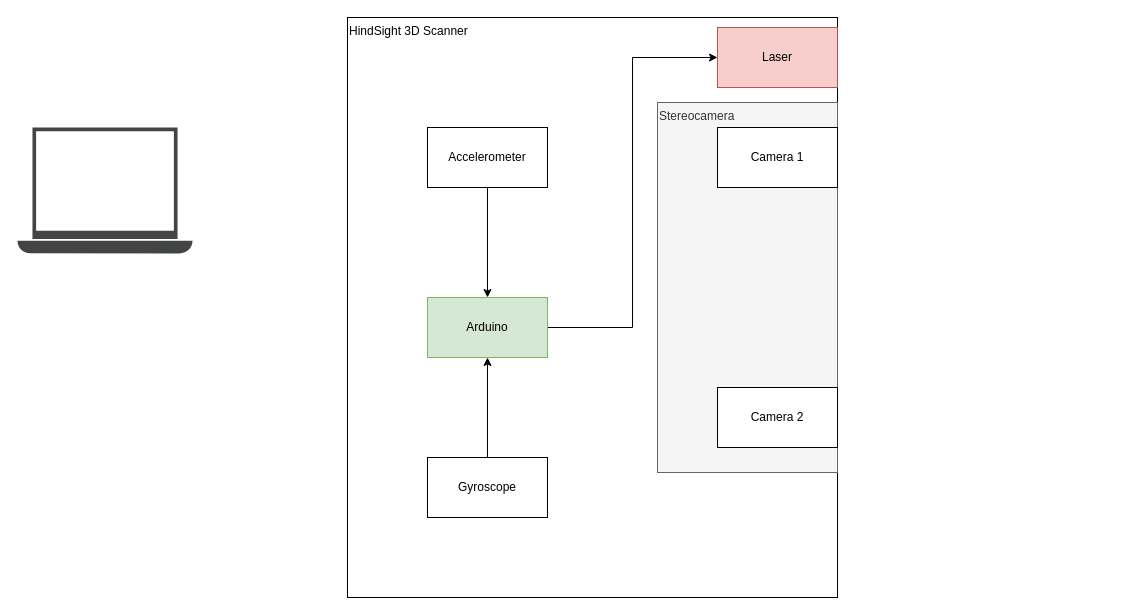
The draw.io diagram HindSight_Architecture.drawio in raycemartin/HindSight, before the edit. Source tidied: cells renumbered, new cells numbered last; positions are measured from the earlier drawing's top-left corner, leaving out a move shared by most shapes. Both pictures are drawn from the tidied source at 100%, with x=0, y=0 at pixel (17, 17).
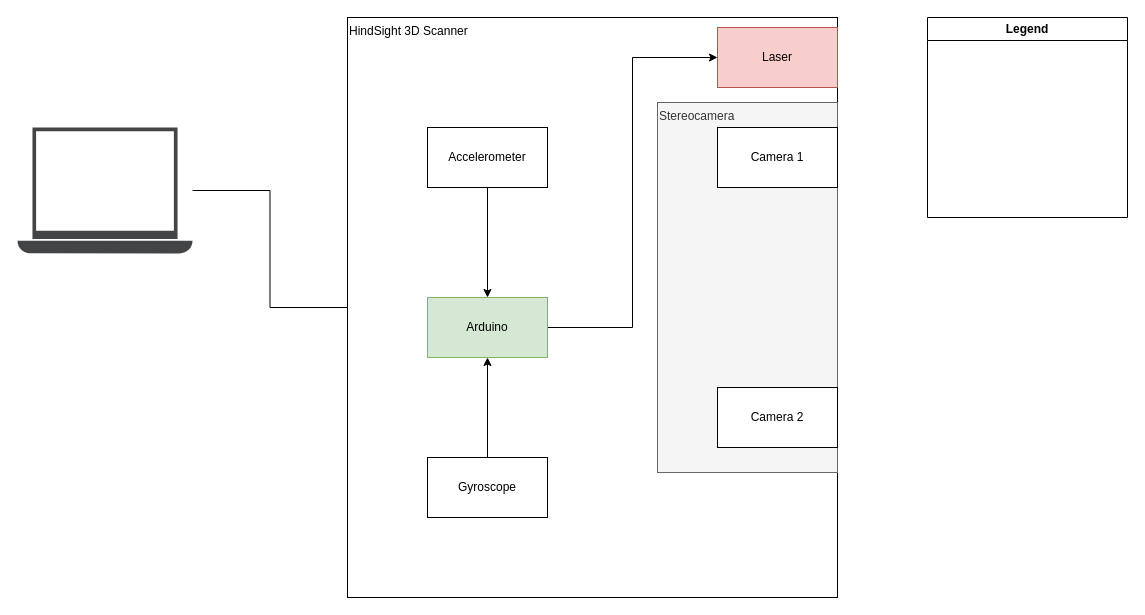
After the change.

What changed in the source:
```diff
@@
 <mxGraphModel>
   <root>
     <mxCell id="0" />
     <mxCell id="1" parent="0" />
+    <mxCell id="14" style="edgeStyle=orthogonalEdgeStyle;rounded=0;jettySize=auto;html=1;exitX=0;exitY=0.5;exitDx=0;exitDy=0;endArrow=none;startFill=0;" parent="1" edge="1" source="2" target="13">
+      <mxGeometry relative="1" as="geometry" />
+    </mxCell>
     <mxCell id="2" value="HindSight 3D Scanner" style="rounded=0;whiteSpace=wrap;html=1;align=left;verticalAlign=top;" parent="1" vertex="1">
       <mxGeometry x="330" width="490" height="580" as="geometry" />
     </mxCell>
     <mxCell id="3" value="Laser" style="rounded=0;whiteSpace=wrap;html=1;fillColor=#f8cecc;strokeColor=#b85450;" parent="1" vertex="1">
       <mxGeometry x="700" y="10" width="120" height="60" as="geometry" />
     </mxCell>
     <mxCell id="4" value="Stereocamera" style="rounded=0;whiteSpace=wrap;html=1;align=left;verticalAlign=top;fillColor=#f5f5f5;fontColor=#333333;strokeColor=#666666;" parent="1" vertex="1">
       <mxGeometry x="640" y="85" width="180" height="370" as="geometry" />
     </mxCell>
     <mxCell id="5" value="Camera 1" style="rounded=0;whiteSpace=wrap;html=1;" parent="1" vertex="1">
       <mxGeometry x="700" y="110" width="120" height="60" as="geometry" />
     </mxCell>
     <mxCell id="6" value="Camera 2" style="rounded=0;whiteSpace=wrap;html=1;" parent="1" vertex="1">
       <mxGeometry x="700" y="370" width="120" height="60" as="geometry" />
     </mxCell>
     <mxCell id="7" style="edgeStyle=orthogonalEdgeStyle;rounded=0;jettySize=auto;html=1;exitX=1;exitY=0.5;exitDx=0;exitDy=0;entryX=0;entryY=0.5;entryDx=0;entryDy=0;" parent="1" edge="1" source="8" target="3">
       <mxGeometry relative="1" as="geometry" />
     </mxCell>
     <mxCell id="8" value="Arduino" style="rounded=0;whiteSpace=wrap;html=1;fillColor=#d5e8d4;strokeColor=#82b366;" parent="1" vertex="1">
       <mxGeometry x="410" y="280" width="120" height="60" as="geometry" />
     </mxCell>
     <mxCell id="9" style="edgeStyle=orthogonalEdgeStyle;rounded=0;jettySize=auto;html=1;exitX=0.5;exitY=1;exitDx=0;exitDy=0;entryX=0.5;entryY=0;entryDx=0;entryDy=0;" parent="1" edge="1" source="10" target="8">
       <mxGeometry relative="1" as="geometry" />
     </mxCell>
     <mxCell id="10" value="Accelerometer" style="rounded=0;whiteSpace=wrap;html=1;" parent="1" vertex="1">
       <mxGeometry x="410" y="110" width="120" height="60" as="geometry" />
     </mxCell>
     <mxCell id="11" style="edgeStyle=orthogonalEdgeStyle;rounded=0;jettySize=auto;html=1;exitX=0.5;exitY=0;exitDx=0;exitDy=0;entryX=0.5;entryY=1;entryDx=0;entryDy=0;" parent="1" edge="1" source="12" target="8">
       <mxGeometry relative="1" as="geometry" />
     </mxCell>
     <mxCell id="12" value="Gyroscope" style="rounded=0;whiteSpace=wrap;html=1;" parent="1" vertex="1">
       <mxGeometry x="410" y="440" width="120" height="60" as="geometry" />
     </mxCell>
     <mxCell id="13" style="sketch=0;shadow=0;dashed=0;html=1;strokeColor=none;fillColor=#434445;labelPosition=center;verticalLabelPosition=bottom;verticalAlign=top;align=center;outlineConnect=0;shape=mxgraph.vvd.laptop;" parent="1" vertex="1">
       <mxGeometry y="110" width="175" height="126" as="geometry" />
     </mxCell>
+    <mxCell id="15" value="Legend" style="swimlane;whiteSpace=wrap;html=1;fillColor=#FFFFFF;" parent="1" vertex="1">
+      <mxGeometry x="910" width="200" height="200" as="geometry" />
+    </mxCell>
   </root>
 </mxGraphModel>
```
